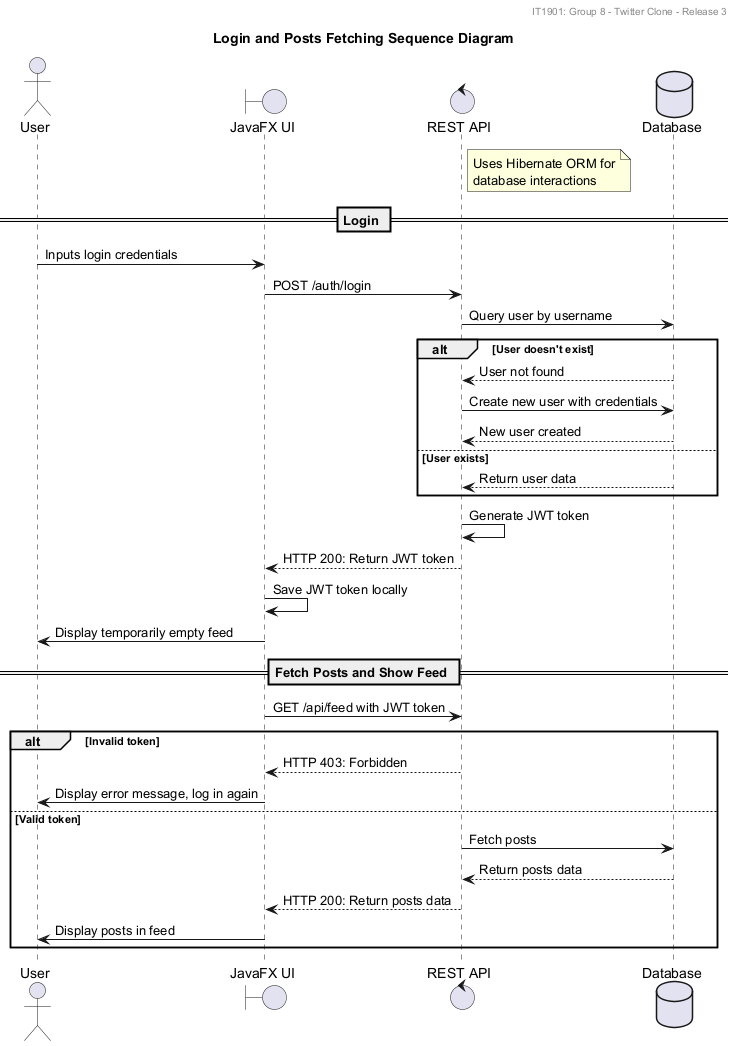
Earlier version of the PlantUML export docs/images/release3/sequence-diagram.png (ZeroWave022/twitter-clone). Source of this version:
```plantuml
@startuml sequenceDiagram
title Login and Posts Fetching Sequence Diagram
header IT1901: Group 8 - Twitter Clone - Release 3

actor User as User order 1
boundary "JavaFX UI" as UI order 2
control "REST API" as API order 3
database "Database" as DB order 4

note right of API
Uses Hibernate ORM for
database interactions
end note

== Login ==

User -> UI: Inputs login credentials
UI -> API: POST /auth/login
API -> DB: Query user by username

alt User doesn't exist
    DB --> API: User not found
    API -> DB: Create new user with credentials
    DB --> API: New user created
else User exists
    DB --> API: Return user data
end

API -> API: Generate JWT token
API --> UI: HTTP 200: Return JWT token
UI -> UI: Save JWT token locally
UI -> User: Display temporarily empty feed

== Fetch Posts and Show Feed ==

UI -> API: GET /api/feed with JWT token
alt Invalid token
    API --> UI: HTTP 403: Forbidden
    UI -> User: Display error message, log in again
else Valid token
    API -> DB: Fetch posts
    DB --> API: Return posts data
    API --> UI: HTTP 200: Return posts data
    UI -> User: Display posts in feed
end

@enduml
```
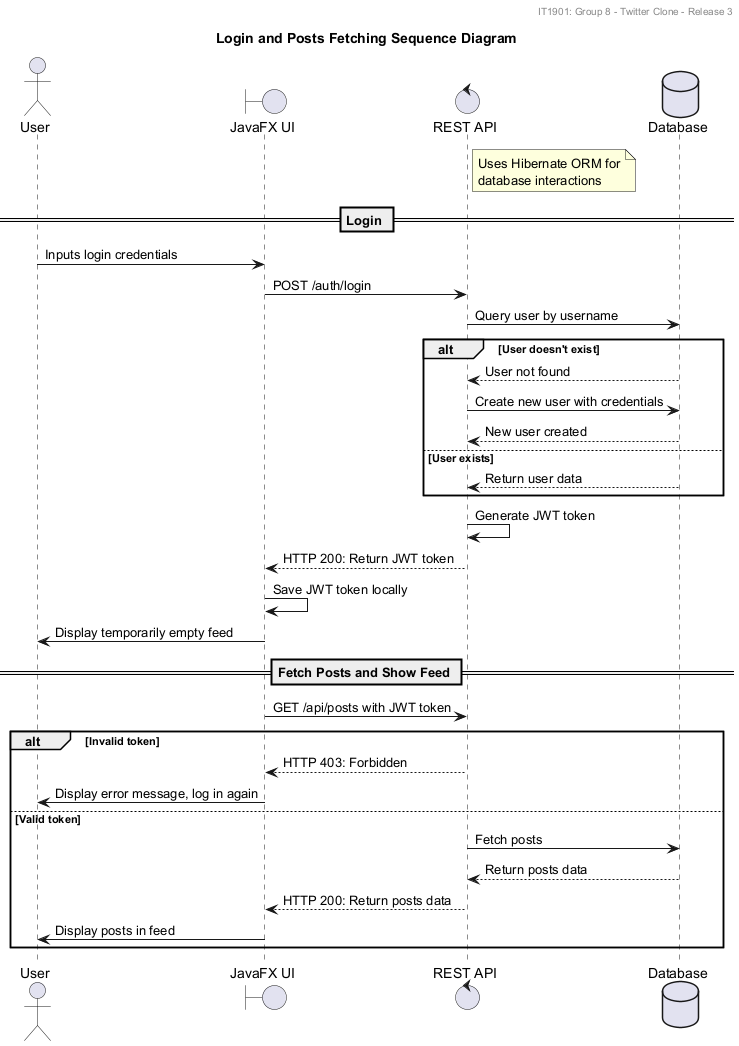
After the commit.

Commit message:
docs: Typo in API URL example

Diff of the diagram source:
```diff
@@ -33,7 +33,7 @@
 
 == Fetch Posts and Show Feed ==
 
-UI -> API: GET /api/feed with JWT token
+UI -> API: GET /api/posts with JWT token
 alt Invalid token
     API --> UI: HTTP 403: Forbidden
     UI -> User: Display error message, log in again
```
